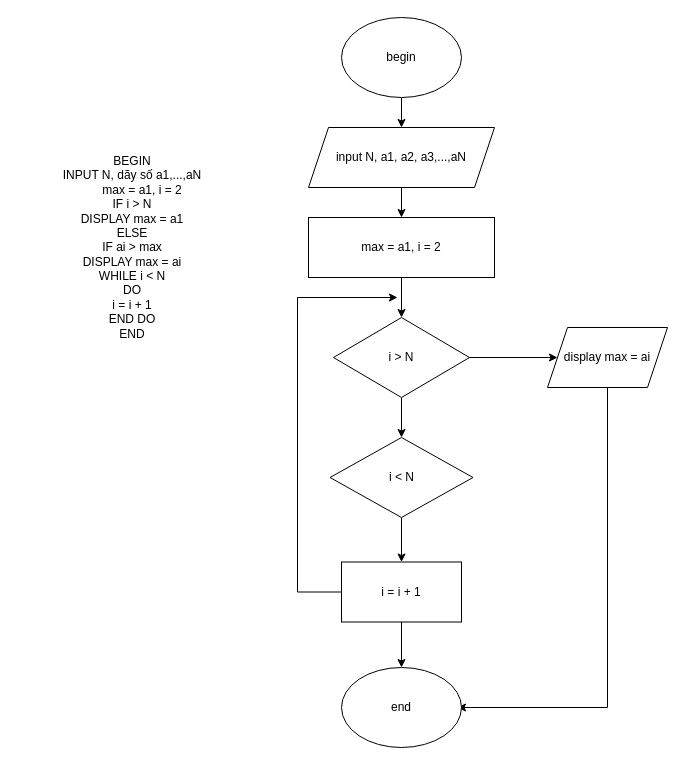
The draw.io diagram ss3_ma_gia_luu_do/thuattoantimsolonnhattrongdayso.drawio in DanHuy77/C0722G1-DangNhatHuy, before the edit. Source tidied: cells renumbered, new cells numbered last; positions are measured from the earlier drawing's top-left corner, leaving out a move shared by most shapes. Both pictures are drawn from the tidied source at 100%, with x=0, y=0 at pixel (17, 17).
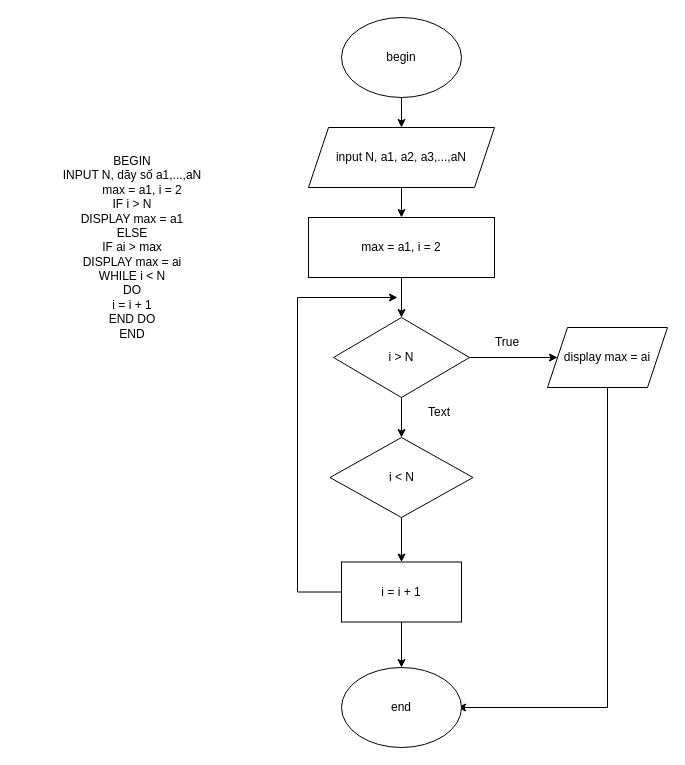
Above is the later version.

Change to the diagram source:
```diff
@@
+    <mxCell id="20" value="True" style="text;html=1;strokeColor=none;fillColor=none;align=center;verticalAlign=middle;whiteSpace=wrap;rounded=0;" parent="1" vertex="1">
+      <mxGeometry x="460" y="310" width="60" height="30" as="geometry" />
+    </mxCell>
+    <mxCell id="21" value="Text" style="text;html=1;strokeColor=none;fillColor=none;align=center;verticalAlign=middle;whiteSpace=wrap;rounded=0;" parent="1" vertex="1">
+      <mxGeometry x="392" y="380" width="60" height="30" as="geometry" />
+    </mxCell>
```
